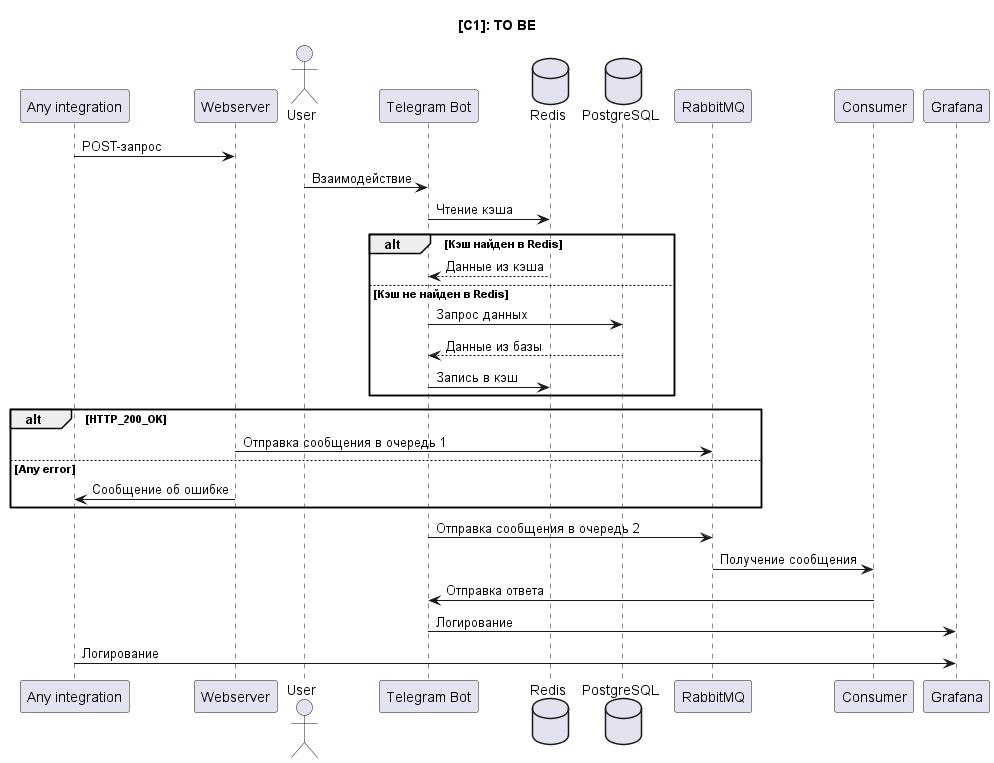
Before: docs/to_be/img/C1__TO_BE.png, a diagram exported from PlantUML (opodryadov/aiogram-bot-example).
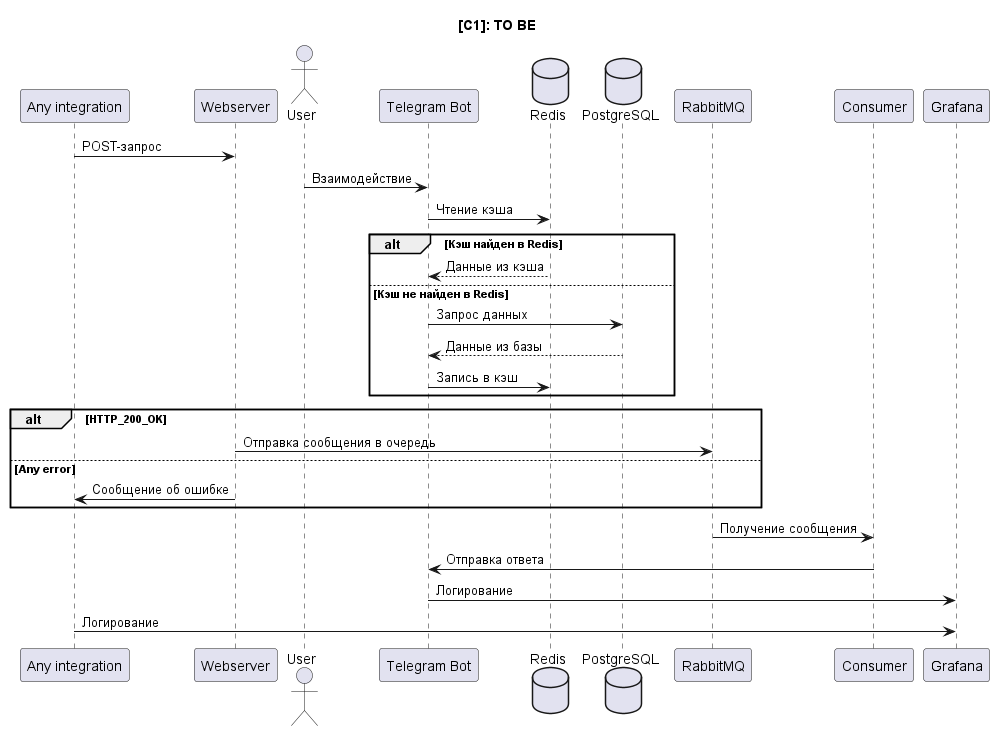
Later version of the same file.

Commit message:
Ref: upd schema

Change to the diagram source:
```diff
@@ -24,11 +24,10 @@
 end
 
 alt HTTP_200_OK
-    Webserver -> RabbitMQ: Отправка сообщения в очередь 1
+    Webserver -> RabbitMQ: Отправка сообщения в очередь
 else Any error
     Webserver -> "Any integration": Сообщение об ошибке
 end
-"Telegram Bot" -> RabbitMQ: Отправка сообщения в очередь 2
 RabbitMQ -> Consumer: Получение сообщения
 Consumer -> "Telegram Bot": Отправка ответа
 "Telegram Bot" -> Grafana: Логирование
```
